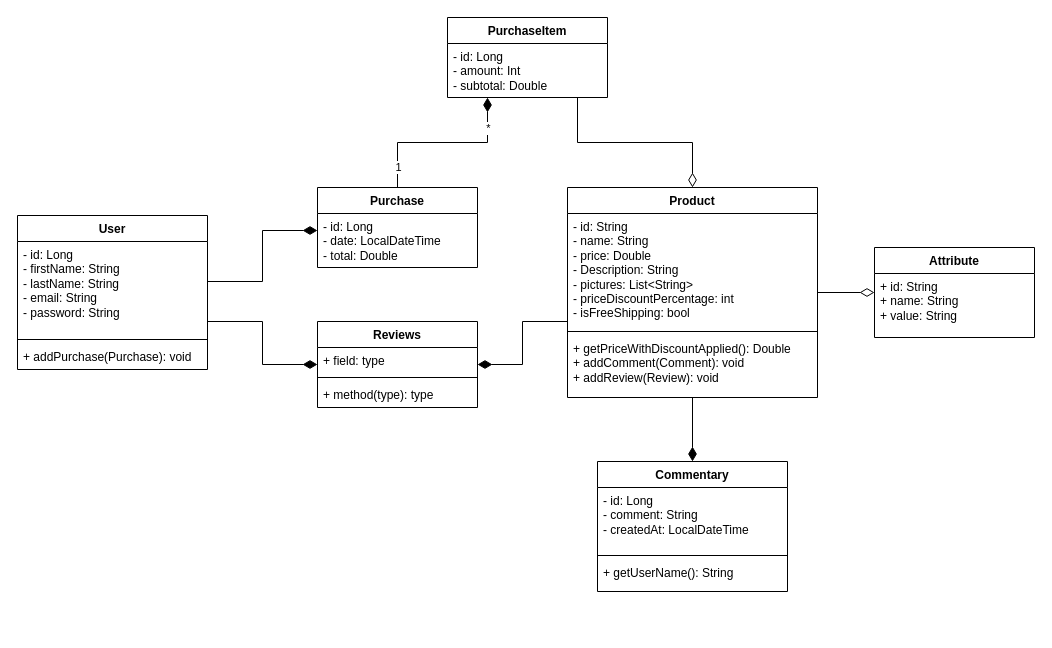
This is BackEndDiagram.drawio from AcoMat/meli-clone, a draw.io file, before an edit. Source tidied: cells renumbered, new cells numbered last; positions are measured from the earlier drawing's top-left corner, leaving out a move shared by most shapes. Both pictures are drawn from the tidied source at 100%, with x=0, y=0 at pixel (17, 17).
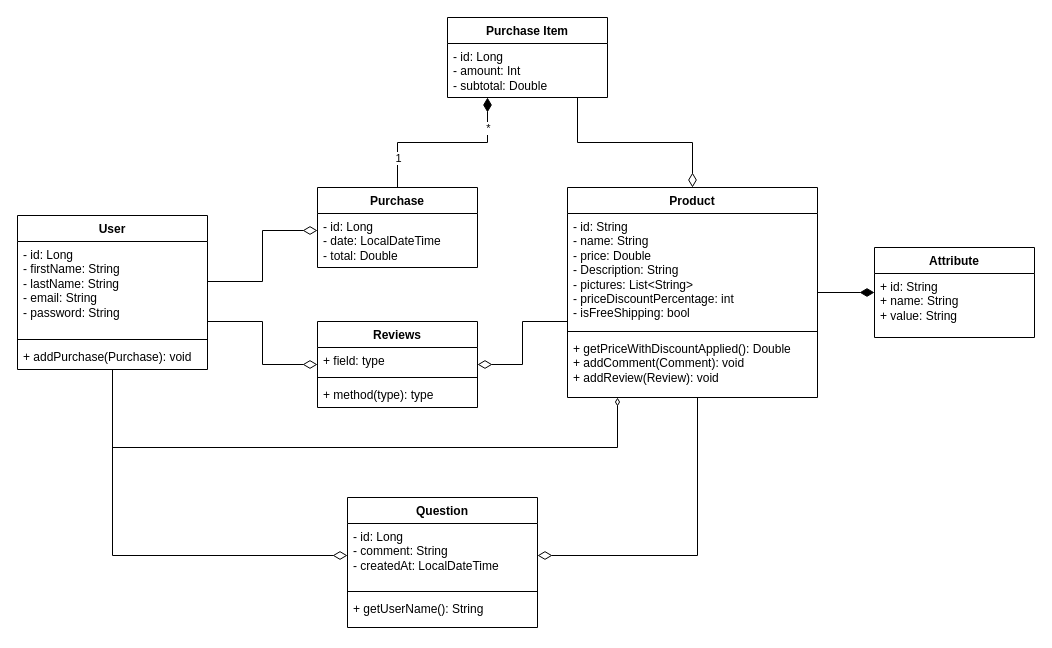
After the change.

Unchanged cells that the change refers to:
```xml
<mxCell id="3" value="Product" style="swimlane;fontStyle=1;align=center;verticalAlign=top;horizontal=1;startSize=26;whiteSpace=wrap;html=1;" parent="1" vertex="1">
  <mxGeometry x="550" y="170" width="250" height="210" as="geometry" />
</mxCell>
<mxCell id="9" value="User" style="swimlane;fontStyle=1;align=center;verticalAlign=top;horizontal=1;startSize=26;whiteSpace=wrap;html=1;" parent="1" vertex="1">
  <mxGeometry y="198" width="190" height="154" as="geometry" />
</mxCell>
<mxCell id="16" value="Purchase" style="swimlane;fontStyle=1;align=center;verticalAlign=top;horizontal=1;startSize=26;whiteSpace=wrap;html=1;" parent="1" vertex="1">
  <mxGeometry x="300" y="170" width="160" height="80" as="geometry" />
</mxCell>
<mxCell id="18" value="Attribute" style="swimlane;fontStyle=1;align=center;verticalAlign=top;horizontal=1;startSize=26;whiteSpace=wrap;html=1;" parent="1" vertex="1">
  <mxGeometry x="857" y="230" width="160" height="90" as="geometry" />
</mxCell>
<mxCell id="21" value="- id: Long&lt;div&gt;- comment: String&lt;br&gt;&lt;div&gt;- createdAt: LocalDateTime&lt;/div&gt;&lt;/div&gt;" style="text;strokeColor=none;fillColor=none;align=left;verticalAlign=top;spacingLeft=4;spacingRight=4;overflow=hidden;points=[[0,0.5],[1,0.5]];portConstraint=eastwest;whiteSpace=wrap;html=1;" parent="20" vertex="1">
  <mxGeometry y="26" width="190" height="64" as="geometry" />
</mxCell>
<mxCell id="24" value="Reviews" style="swimlane;fontStyle=1;align=center;verticalAlign=top;horizontal=1;startSize=26;whiteSpace=wrap;html=1;" parent="1" vertex="1">
  <mxGeometry x="300" y="304" width="160" height="86" as="geometry" />
</mxCell>
```

Diff of the diagram source:
```diff
@@
-    <mxCell id="2" style="edgeStyle=orthogonalEdgeStyle;rounded=0;jettySize=auto;html=1;endArrow=diamondThin;endFill=1;endSize=12;" parent="1" edge="1" source="3" target="24">
+    <mxCell id="2" style="edgeStyle=orthogonalEdgeStyle;rounded=0;jettySize=auto;html=1;endArrow=diamondThin;endFill=0;endSize=12;" parent="1" edge="1" source="3" target="24">
       <mxGeometry relative="1" as="geometry">
         <Array as="points">
           <mxPoint x="505" y="304" />
           <mxPoint x="505" y="347" />
         </Array>
       </mxGeometry>
     </mxCell>
+    <mxCell id="33" style="edgeStyle=orthogonalEdgeStyle;rounded=0;jettySize=auto;html=1;endSize=12;endArrow=diamondThin;endFill=0;" parent="1" edge="1" source="3" target="21">
+      <mxGeometry relative="1" as="geometry">
+        <Array as="points">
+          <mxPoint x="680" y="538" />
+        </Array>
+      </mxGeometry>
+    </mxCell>
@@
-    <mxCell id="7" style="edgeStyle=orthogonalEdgeStyle;rounded=0;jettySize=auto;html=1;endArrow=diamondThin;endFill=1;endSize=12;" parent="1" edge="1" source="9" target="24">
+    <mxCell id="7" style="edgeStyle=orthogonalEdgeStyle;rounded=0;jettySize=auto;html=1;endArrow=diamondThin;endFill=0;endSize=12;" parent="1" edge="1" source="9" target="24">
       <mxGeometry relative="1" as="geometry">
         <Array as="points">
           <mxPoint x="245" y="304" />
           <mxPoint x="245" y="347" />
         </Array>
       </mxGeometry>
     </mxCell>
-    <mxCell id="8" style="edgeStyle=orthogonalEdgeStyle;rounded=0;jettySize=auto;html=1;endArrow=diamondThin;endFill=1;endSize=12;" parent="1" edge="1" source="9" target="16">
+    <mxCell id="8" style="edgeStyle=orthogonalEdgeStyle;rounded=0;jettySize=auto;html=1;endArrow=diamondThin;endFill=0;endSize=12;" parent="1" edge="1" source="9" target="16">
       <mxGeometry relative="1" as="geometry">
         <Array as="points">
           <mxPoint x="245" y="264" />
           <mxPoint x="245" y="213" />
         </Array>
       </mxGeometry>
     </mxCell>
+    <mxCell id="34" style="edgeStyle=orthogonalEdgeStyle;rounded=0;jettySize=auto;html=1;endArrow=diamondThin;endFill=0;endSize=12;" parent="1" edge="1" source="9" target="21">
+      <mxGeometry relative="1" as="geometry" />
+    </mxCell>
+    <mxCell id="35" style="edgeStyle=orthogonalEdgeStyle;rounded=0;jettySize=auto;html=1;endArrow=diamondThin;endFill=0;" parent="1" edge="1" source="9" target="3">
+      <mxGeometry relative="1" as="geometry">
+        <Array as="points">
+          <mxPoint x="95" y="430" />
+          <mxPoint x="600" y="430" />
+        </Array>
+      </mxGeometry>
+    </mxCell>
@@
-    <mxCell id="13" style="edgeStyle=orthogonalEdgeStyle;rounded=0;jettySize=auto;html=1;endArrow=diamondThin;endFill=1;endSize=12;" parent="1" edge="1" source="16" target="31">
+    <mxCell id="13" style="edgeStyle=orthogonalEdgeStyle;rounded=0;jettySize=auto;html=1;endArrow=diamondThin;endFill=1;endSize=12;startArrow=none;startFill=0;startSize=12;" parent="1" edge="1" source="16" target="31">
       <mxGeometry relative="1" as="geometry">
         <Array as="points">
           <mxPoint x="380" y="125" />
           <mxPoint x="470" y="125" />
         </Array>
       </mxGeometry>
     </mxCell>
     <mxCell id="14" value="1" style="edgeLabel;html=1;align=center;verticalAlign=middle;" parent="13" vertex="1">
       <mxGeometry x="-0.77" y="4" relative="1" as="geometry">
-        <mxPoint x="4" as="offset" />
+        <mxPoint x="4" y="-9" as="offset" />
       </mxGeometry>
     </mxCell>
@@
-    <mxCell id="20" value="Commentary" style="swimlane;fontStyle=1;align=center;verticalAlign=top;horizontal=1;startSize=26;whiteSpace=wrap;html=1;" parent="1" vertex="1">
-      <mxGeometry x="580" y="444" width="190" height="130" as="geometry" />
+    <mxCell id="20" value="Question" style="swimlane;fontStyle=1;align=center;verticalAlign=top;horizontal=1;startSize=26;whiteSpace=wrap;html=1;" parent="1" vertex="1">
+      <mxGeometry x="330" y="480" width="190" height="130" as="geometry" />
     </mxCell>
@@
-    <mxCell id="28" style="edgeStyle=orthogonalEdgeStyle;rounded=0;jettySize=auto;html=1;entryX=0.5;entryY=0;entryDx=0;entryDy=0;endArrow=diamondThin;endFill=1;endSize=12;" parent="1" edge="1" source="3" target="20">
-      <mxGeometry relative="1" as="geometry" />
-    </mxCell>
-    <mxCell id="29" style="edgeStyle=orthogonalEdgeStyle;rounded=0;jettySize=auto;html=1;endArrow=diamondThin;endFill=0;endSize=12;" parent="1" edge="1" source="3" target="18">
+    <mxCell id="29" style="edgeStyle=orthogonalEdgeStyle;rounded=0;jettySize=auto;html=1;endArrow=diamondThin;endFill=1;endSize=12;" parent="1" edge="1" source="3" target="18">
       <mxGeometry relative="1" as="geometry" />
     </mxCell>
@@
-    <mxCell id="31" value="PurchaseItem" style="swimlane;fontStyle=1;align=center;verticalAlign=top;horizontal=1;startSize=26;whiteSpace=wrap;html=1;" parent="1" vertex="1">
+    <mxCell id="31" value="Purchase Item" style="swimlane;fontStyle=1;align=center;verticalAlign=top;horizontal=1;startSize=26;whiteSpace=wrap;html=1;" parent="1" vertex="1">
       <mxGeometry x="430" width="160" height="80" as="geometry" />
     </mxCell>
```
